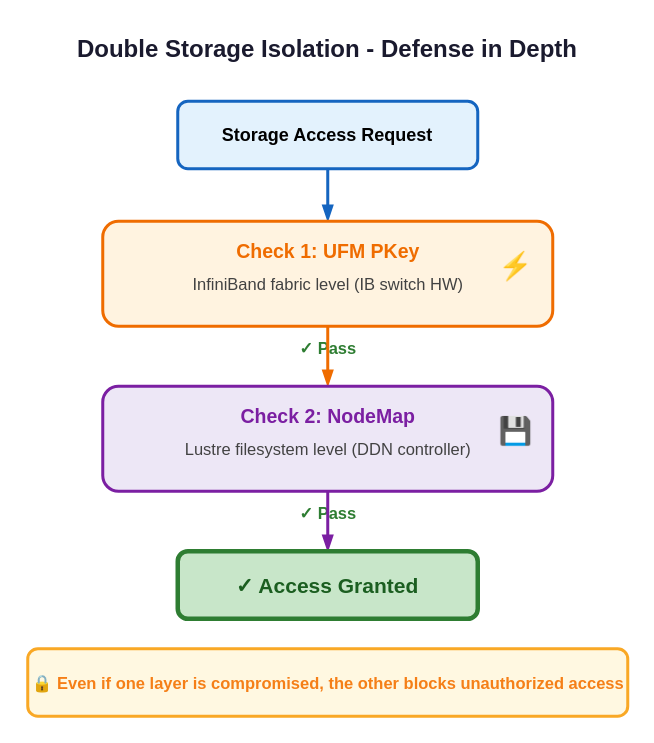
Above: docs/diagrams/double-isolation.drawio in aamir939/Documentation (draw.io), before the change. Source tidied: cells renumbered, new cells numbered last; positions are measured from the earlier drawing's top-left corner, leaving out a move shared by most shapes. Both pictures are drawn from the tidied source at 150%, with x=0, y=0 at pixel (27, 26).
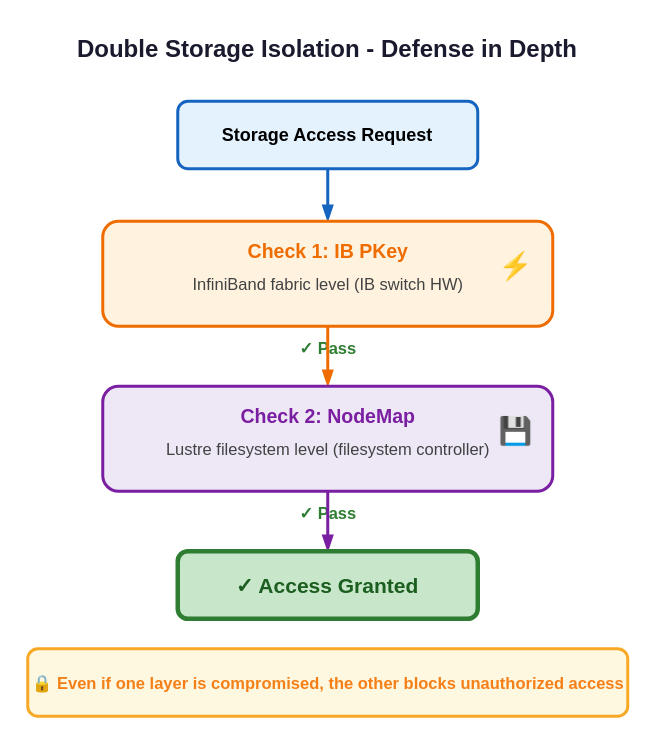
The same page after the edit.

The edit, as a diff of the source:
```diff
@@
 <mxGraphModel>
   <root>
     <mxCell id="0" />
     <mxCell id="1" parent="0" />
     <mxCell id="2" value="Double Storage Isolation - Defense in Depth" style="text;html=1;strokeColor=none;fillColor=none;align=center;verticalAlign=middle;whiteSpace=wrap;rounded=0;fontSize=16;fontStyle=1;fontColor=#1a1a2e;" parent="1" vertex="1">
       <mxGeometry width="400" height="30" as="geometry" />
     </mxCell>
     <mxCell id="3" value="Storage Access Request" style="rounded=1;whiteSpace=wrap;html=1;fillColor=#e3f2fd;strokeColor=#1565c0;strokeWidth=2;fontStyle=1;fontSize=12;" parent="1" vertex="1">
       <mxGeometry x="100" y="50" width="200" height="45" as="geometry" />
     </mxCell>
     <mxCell id="4" style="edgeStyle=orthogonalEdgeStyle;rounded=0;jettySize=auto;html=1;strokeWidth=2;strokeColor=#1565c0;endArrow=blockThin;endFill=1;" parent="1" edge="1" source="3" target="5">
       <mxGeometry relative="1" as="geometry" />
     </mxCell>
     <mxCell id="5" style="rounded=1;whiteSpace=wrap;html=1;fillColor=#fff3e0;strokeColor=#ef6c00;strokeWidth=2;" parent="1" vertex="1">
       <mxGeometry x="50" y="130" width="300" height="70" as="geometry" />
     </mxCell>
-    <mxCell id="6" value="Check 1: UFM PKey" style="text;html=1;strokeColor=none;fillColor=none;align=center;verticalAlign=middle;fontStyle=1;fontSize=13;fontColor=#ef6c00;" parent="1" vertex="1">
+    <mxCell id="6" value="Check 1: IB PKey" style="text;html=1;strokeColor=none;fillColor=none;align=center;verticalAlign=middle;fontStyle=1;fontSize=13;fontColor=#ef6c00;" parent="1" vertex="1">
       <mxGeometry x="50" y="140" width="300" height="20" as="geometry" />
     </mxCell>
     <mxCell id="7" value="InfiniBand fabric level (IB switch HW)" style="text;html=1;strokeColor=none;fillColor=none;align=center;verticalAlign=middle;fontSize=11;fontColor=#424242;" parent="1" vertex="1">
       <mxGeometry x="50" y="162" width="300" height="20" as="geometry" />
     </mxCell>
     <mxCell id="8" value="⚡" style="text;html=1;strokeColor=none;fillColor=none;align=center;verticalAlign=middle;fontSize=18;" parent="1" vertex="1">
       <mxGeometry x="310" y="145" width="30" height="30" as="geometry" />
     </mxCell>
     <mxCell id="9" value="✓ Pass" style="text;html=1;strokeColor=none;fillColor=none;align=center;verticalAlign=middle;fontSize=11;fontStyle=1;fontColor=#2e7d32;" parent="1" vertex="1">
       <mxGeometry x="170" y="205" width="60" height="20" as="geometry" />
     </mxCell>
     <mxCell id="10" style="edgeStyle=orthogonalEdgeStyle;rounded=0;jettySize=auto;html=1;strokeWidth=2;strokeColor=#ef6c00;endArrow=blockThin;endFill=1;" parent="1" edge="1" source="5" target="11">
       <mxGeometry relative="1" as="geometry" />
     </mxCell>
     <mxCell id="11" style="rounded=1;whiteSpace=wrap;html=1;fillColor=#ede7f6;strokeColor=#7b1fa2;strokeWidth=2;" parent="1" vertex="1">
       <mxGeometry x="50" y="240" width="300" height="70" as="geometry" />
     </mxCell>
     <mxCell id="12" value="Check 2: NodeMap" style="text;html=1;strokeColor=none;fillColor=none;align=center;verticalAlign=middle;fontStyle=1;fontSize=13;fontColor=#7b1fa2;" parent="1" vertex="1">
       <mxGeometry x="50" y="250" width="300" height="20" as="geometry" />
     </mxCell>
-    <mxCell id="13" value="Lustre filesystem level (DDN controller)" style="text;html=1;strokeColor=none;fillColor=none;align=center;verticalAlign=middle;fontSize=11;fontColor=#424242;" parent="1" vertex="1">
+    <mxCell id="13" value="Lustre filesystem level (filesystem controller)" style="text;html=1;strokeColor=none;fillColor=none;align=center;verticalAlign=middle;fontSize=11;fontColor=#424242;" parent="1" vertex="1">
       <mxGeometry x="50" y="272" width="300" height="20" as="geometry" />
     </mxCell>
     <mxCell id="14" value="💾" style="text;html=1;strokeColor=none;fillColor=none;align=center;verticalAlign=middle;fontSize=18;" parent="1" vertex="1">
       <mxGeometry x="310" y="255" width="30" height="30" as="geometry" />
     </mxCell>
     <mxCell id="15" value="✓ Pass" style="text;html=1;strokeColor=none;fillColor=none;align=center;verticalAlign=middle;fontSize=11;fontStyle=1;fontColor=#2e7d32;" parent="1" vertex="1">
       <mxGeometry x="170" y="315" width="60" height="20" as="geometry" />
     </mxCell>
     <mxCell id="16" style="edgeStyle=orthogonalEdgeStyle;rounded=0;jettySize=auto;html=1;strokeWidth=2;strokeColor=#7b1fa2;endArrow=blockThin;endFill=1;" parent="1" edge="1" source="11" target="17">
       <mxGeometry relative="1" as="geometry" />
     </mxCell>
     <mxCell id="17" value="✓ Access Granted" style="rounded=1;whiteSpace=wrap;html=1;fillColor=#c8e6c9;strokeColor=#2e7d32;strokeWidth=3;fontStyle=1;fontSize=14;fontColor=#1b5e20;" parent="1" vertex="1">
       <mxGeometry x="100" y="350" width="200" height="45" as="geometry" />
     </mxCell>
     <mxCell id="18" style="rounded=1;whiteSpace=wrap;html=1;fillColor=#fff8e1;strokeColor=#f9a825;strokeWidth=2;" parent="1" vertex="1">
       <mxGeometry y="415" width="400" height="45" as="geometry" />
     </mxCell>
     <mxCell id="19" value="🔒 Even if one layer is compromised, the other blocks unauthorized access" style="text;html=1;strokeColor=none;fillColor=none;align=center;verticalAlign=middle;fontSize=11;fontStyle=1;fontColor=#f57f17;" parent="1" vertex="1">
       <mxGeometry y="425" width="400" height="25" as="geometry" />
     </mxCell>
   </root>
 </mxGraphModel>
```
